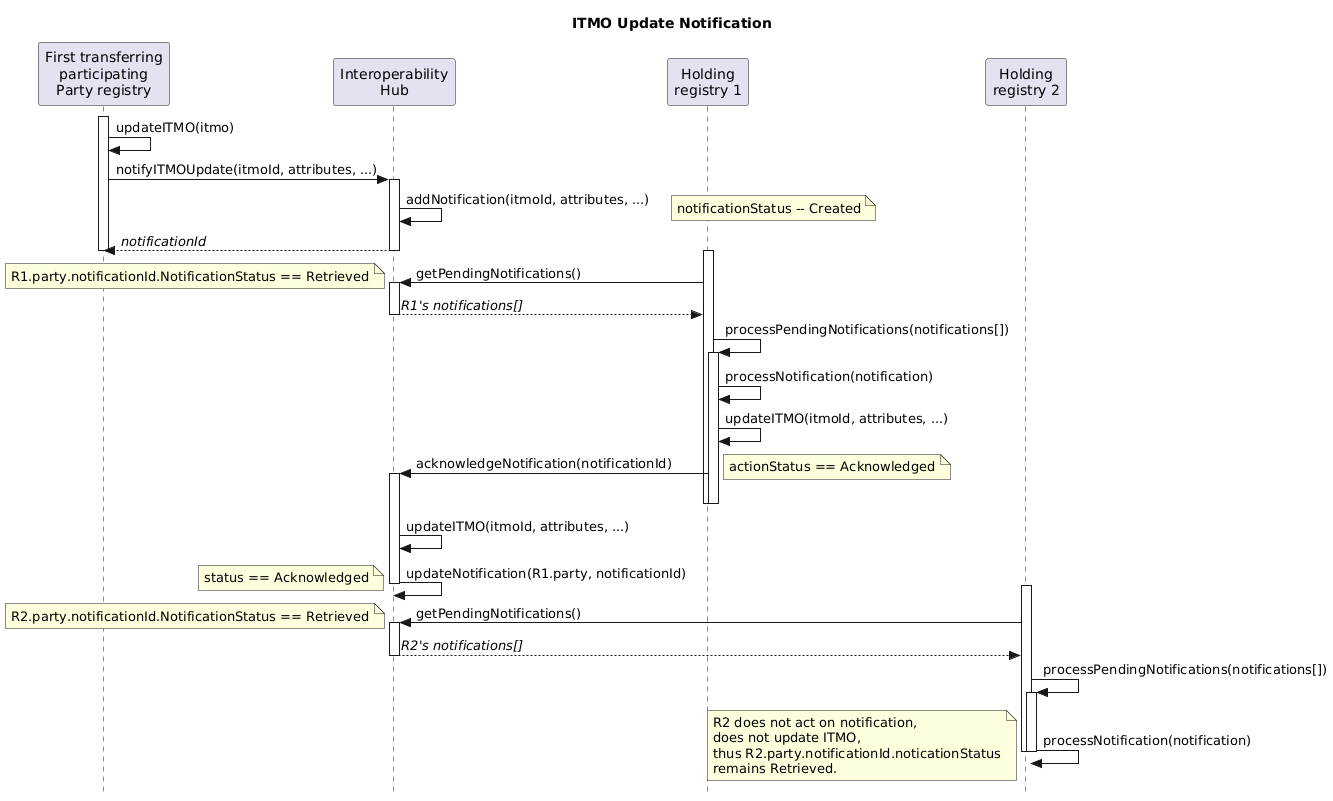
This is diagrams/itmoUpdate_Notification_Sequence.png from frankcnng/CARP, a PlantUML export, as it was before one commit.
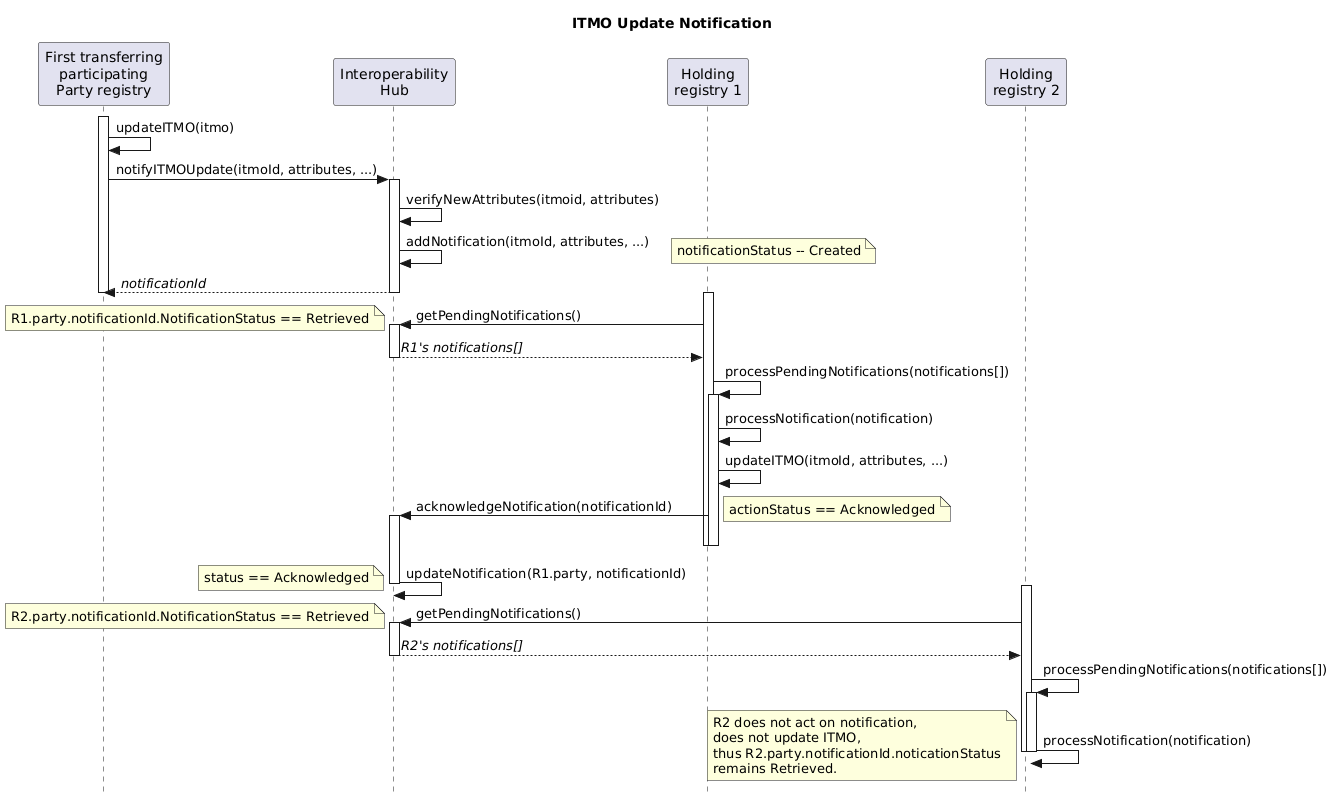
The same diagram one commit later.

What changed in the source:
```diff
@@ -13,6 +13,7 @@
 Sender -> Sender: updateITMO(itmo)
 
 Sender -> Hub++ : notifyITMOUpdate(itmoId, attributes, ...)
+Hub->Hub: verifyNewAttributes(itmoid, attributes)
 Hub -> Hub: addNotification(itmoId, attributes, ...)
   note right: notificationStatus -- Created
 Sender <-- Hub: //notificationId//
@@ -33,7 +34,6 @@
 note right: actionStatus == Acknowledged
 deactivate Receiver1
 deactivate Receiver1
-Hub -> Hub: updateITMO(itmoId, attributes, ...)
 Hub -> Hub--: updateNotification(R1.party, notificationId)
   note left: status == Acknowledged
 
```
